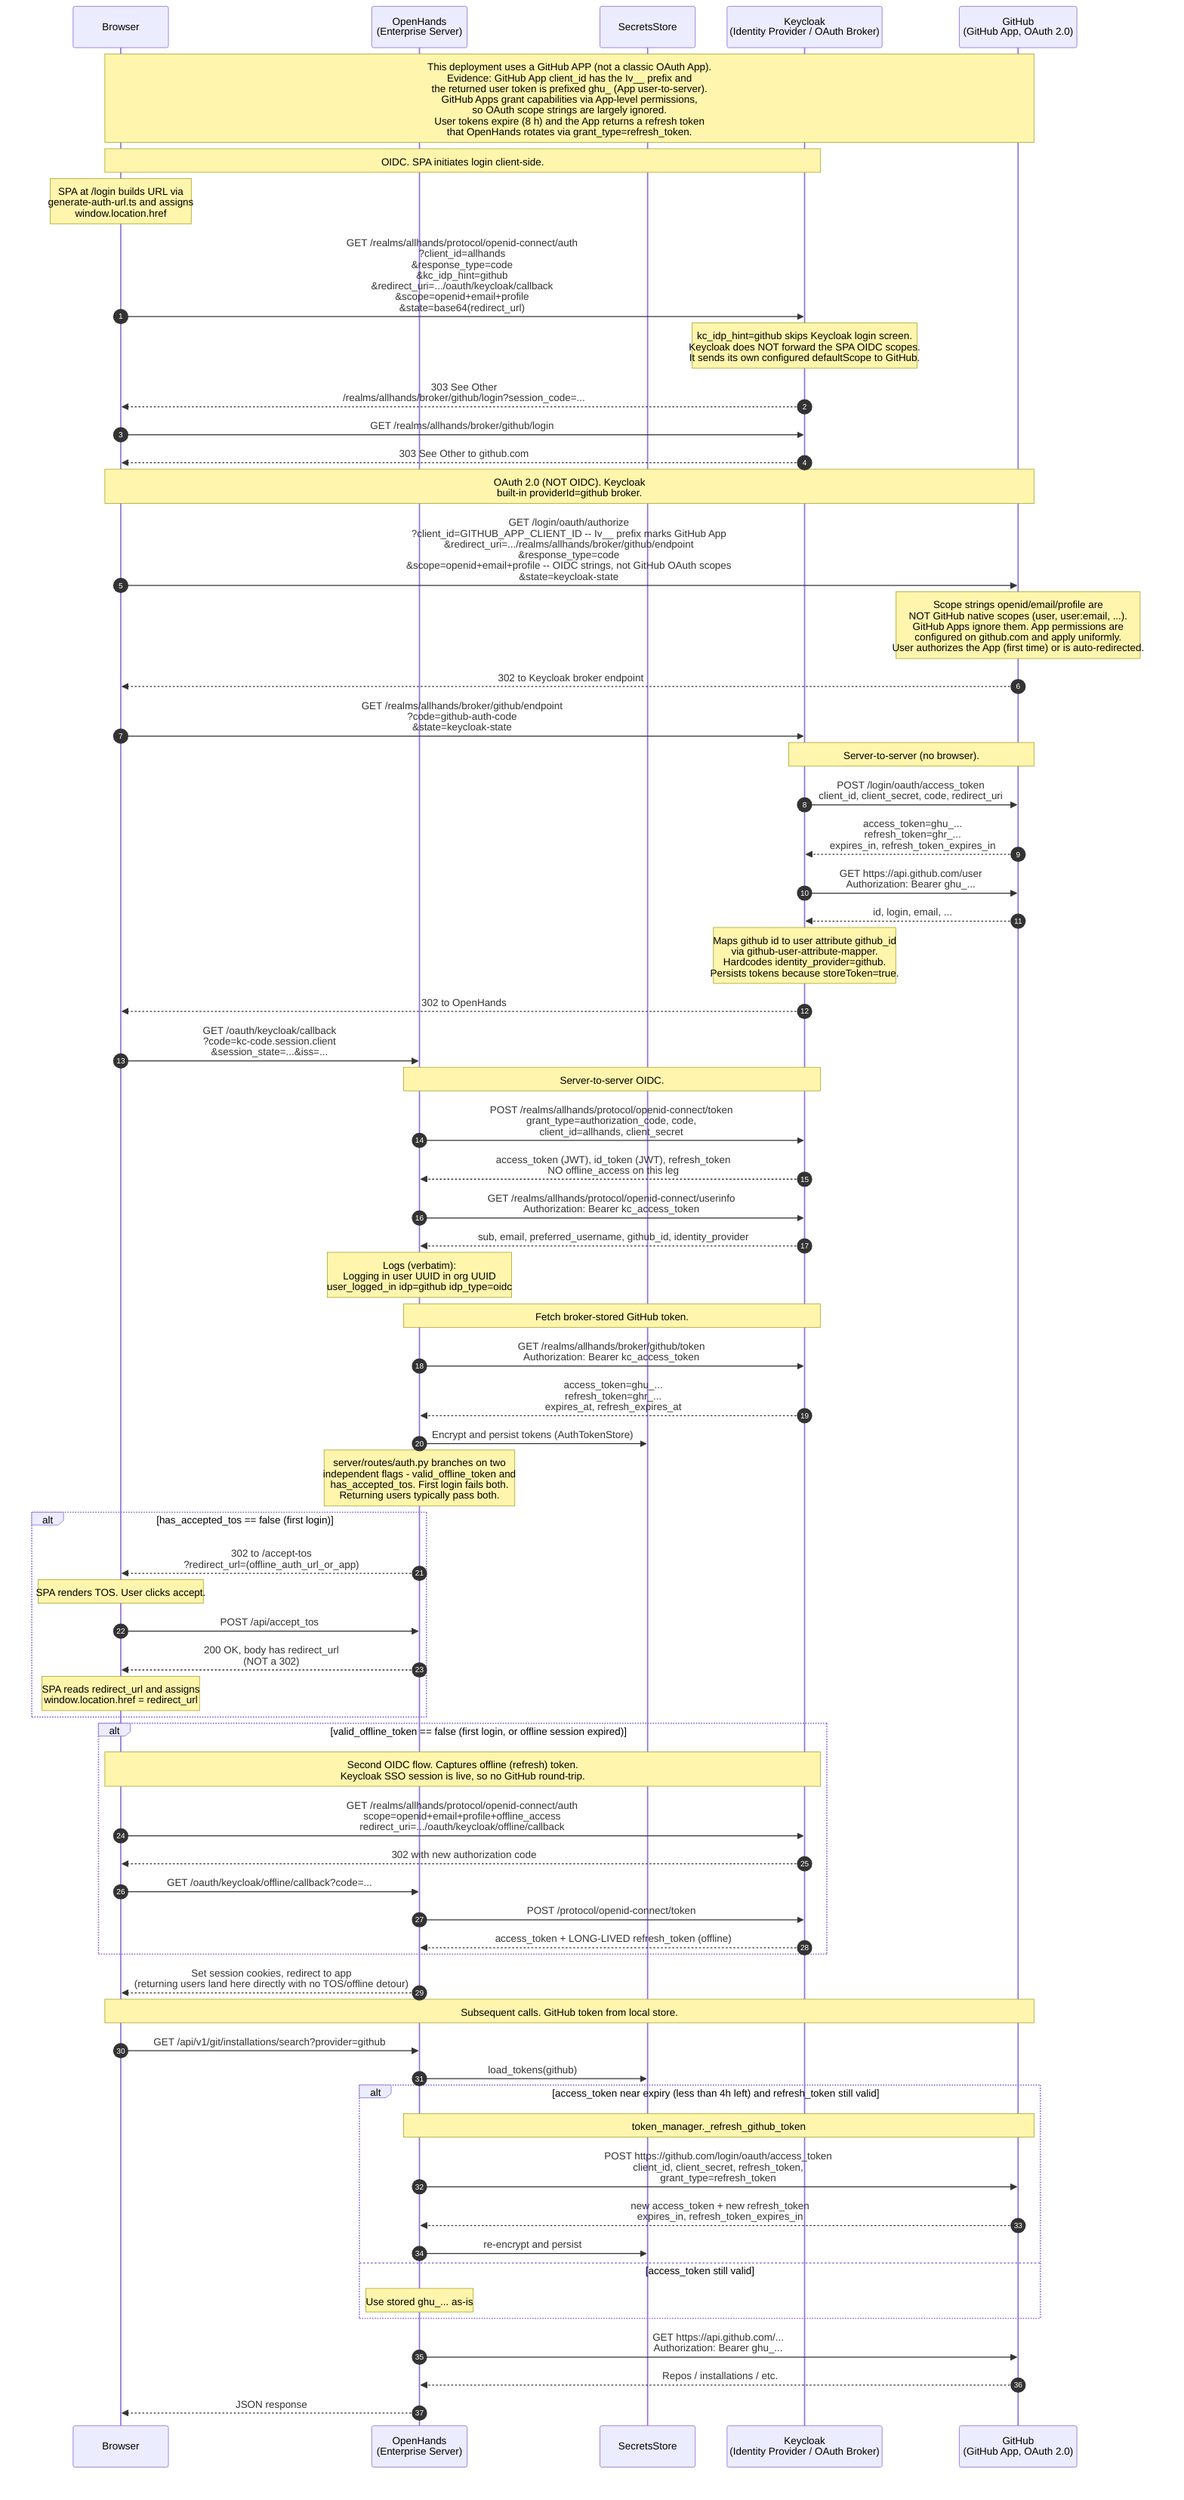
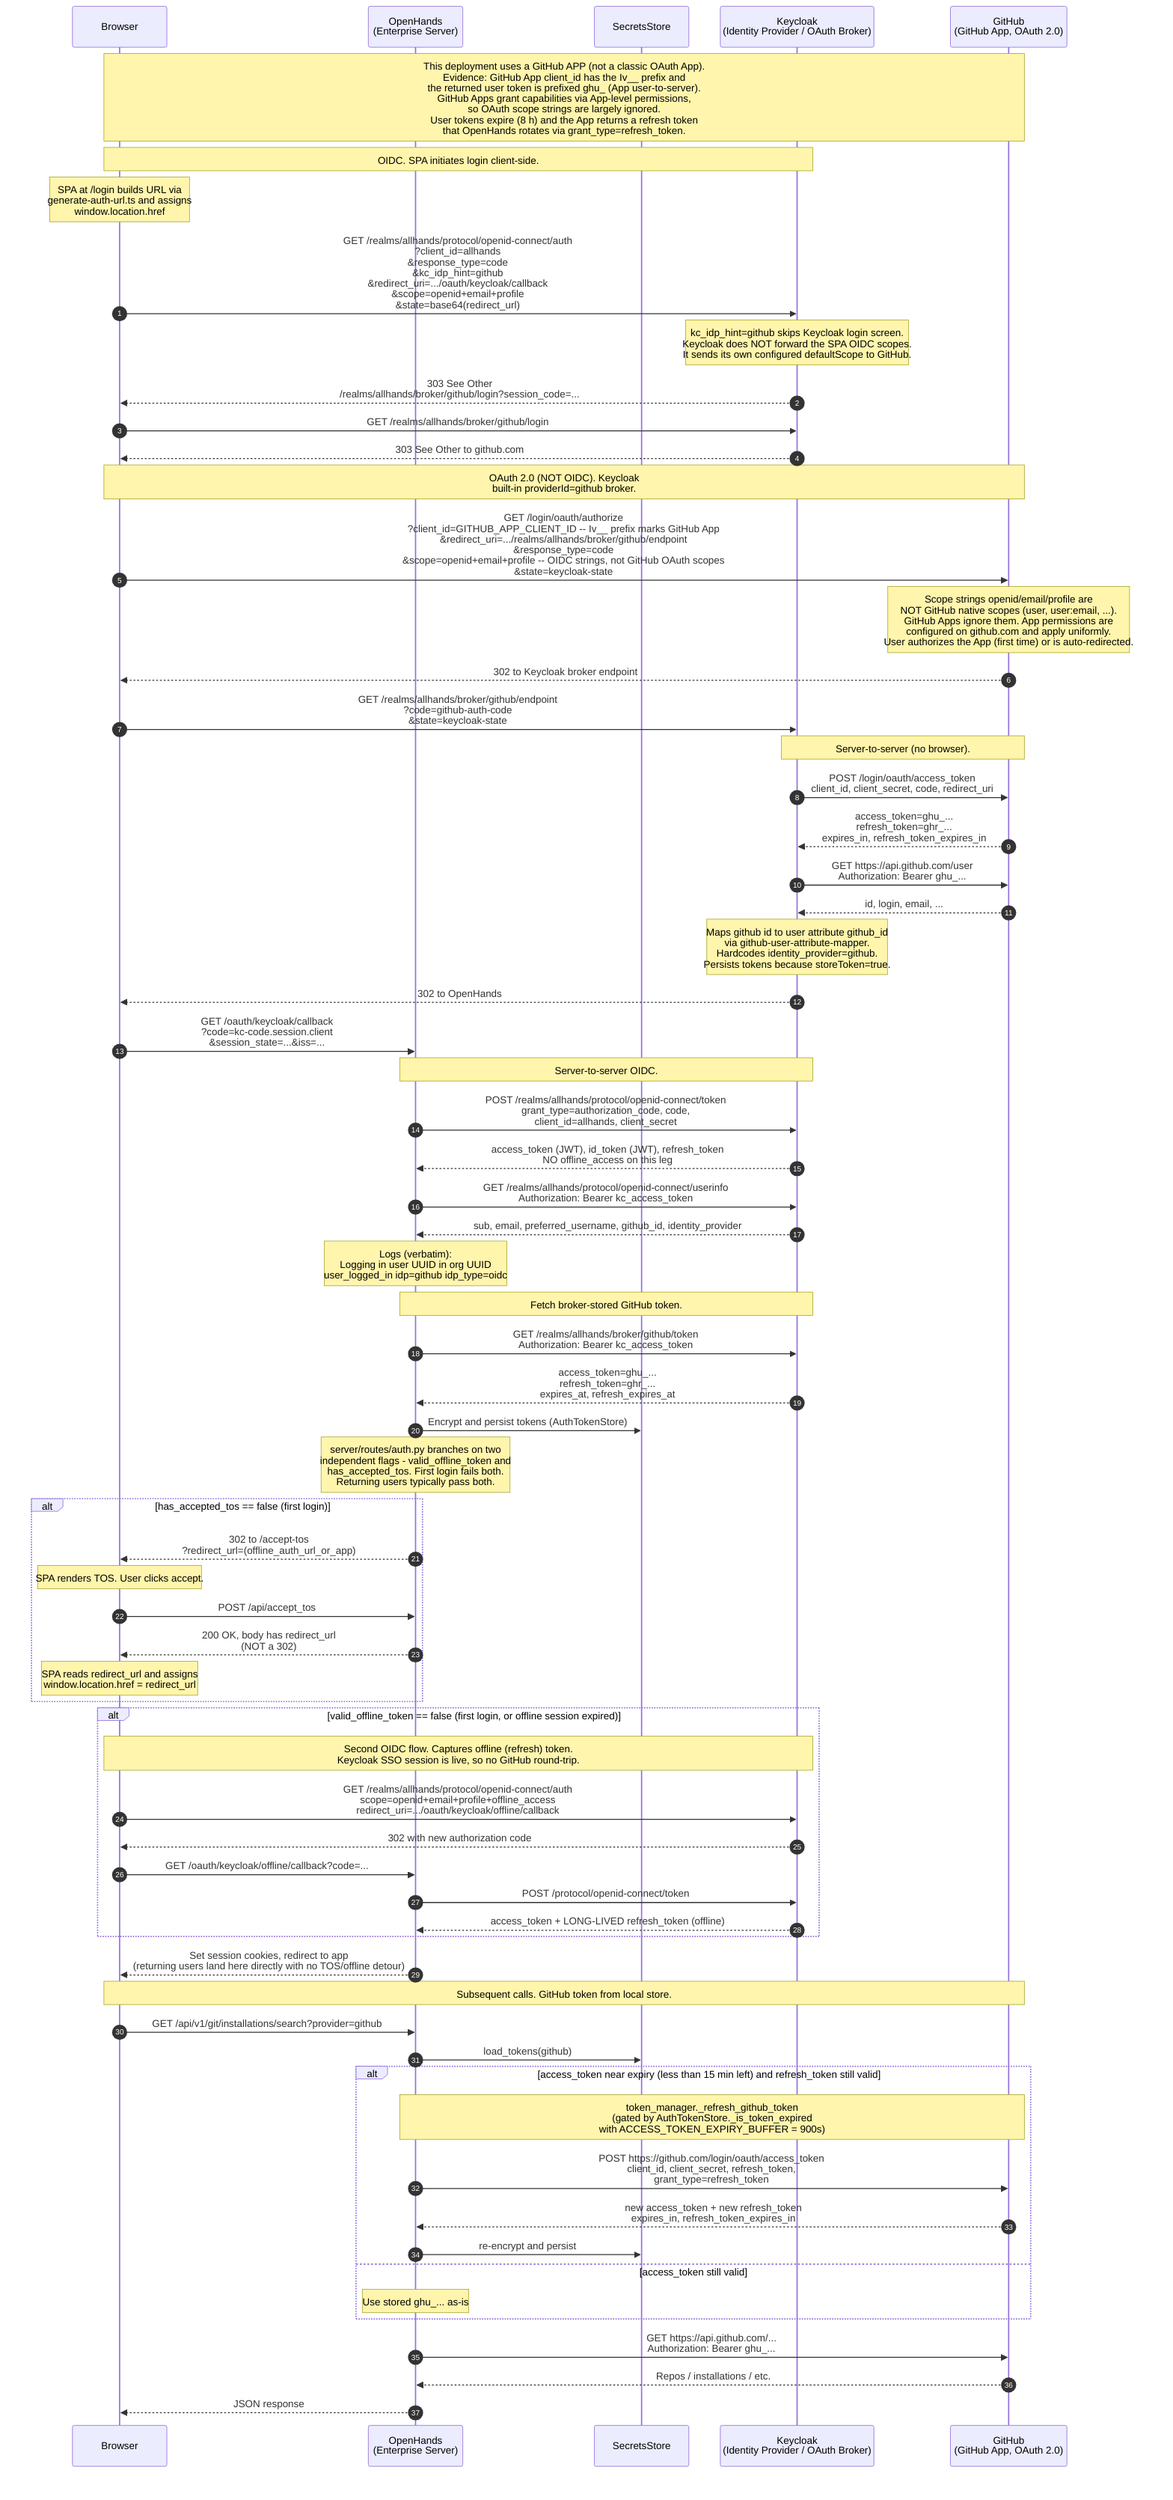
- %% Validated against OpenHands-Cloud @ cf8ab16ac
+ %% Validated against OpenHands-Cloud @ 136f63fdc

sequenceDiagram
    autonumber
    participant Browser
    participant OpenHands as OpenHands<br/>(Enterprise Server)
    participant DB as SecretsStore
    participant Keycloak as Keycloak<br/>(Identity Provider / OAuth Broker)
    participant GitHub as GitHub<br/>(GitHub App, OAuth 2.0)

    Note over Browser,GitHub: This deployment uses a GitHub APP (not a classic OAuth App).<br/>Evidence: GitHub App client_id has the Iv__ prefix and<br/>the returned user token is prefixed ghu_ (App user-to-server).<br/>GitHub Apps grant capabilities via App-level permissions,<br/>so OAuth scope strings are largely ignored.<br/>User tokens expire (8 h) and the App returns a refresh token<br/>that OpenHands rotates via grant_type=refresh_token.

    Note over Browser,Keycloak: OIDC. SPA initiates login client-side.
    Note over Browser: SPA at /login builds URL via<br/>generate-auth-url.ts and assigns<br/>window.location.href

    Browser->>Keycloak: GET /realms/allhands/protocol/openid-connect/auth<br/>?client_id=allhands<br/>&response_type=code<br/>&kc_idp_hint=github<br/>&redirect_uri=.../oauth/keycloak/callback<br/>&scope=openid+email+profile<br/>&state=base64(redirect_url)

    Note over Keycloak: kc_idp_hint=github skips Keycloak login screen.<br/>Keycloak does NOT forward the SPA OIDC scopes.<br/>It sends its own configured defaultScope to GitHub.

    Keycloak-->>Browser: 303 See Other<br/>/realms/allhands/broker/github/login?session_code=...

    Browser->>Keycloak: GET /realms/allhands/broker/github/login
    Keycloak-->>Browser: 303 See Other to github.com

    Note over Browser,GitHub: OAuth 2.0 (NOT OIDC). Keycloak<br/>built-in providerId=github broker.
    Browser->>GitHub: GET /login/oauth/authorize<br/>?client_id=GITHUB_APP_CLIENT_ID  -- Iv__ prefix marks GitHub App<br/>&redirect_uri=.../realms/allhands/broker/github/endpoint<br/>&response_type=code<br/>&scope=openid+email+profile  -- OIDC strings, not GitHub OAuth scopes<br/>&state=keycloak-state

    Note over GitHub: Scope strings openid/email/profile are<br/>NOT GitHub native scopes (user, user:email, ...).<br/>GitHub Apps ignore them. App permissions are<br/>configured on github.com and apply uniformly.<br/>User authorizes the App (first time) or is auto-redirected.

    GitHub-->>Browser: 302 to Keycloak broker endpoint
    Browser->>Keycloak: GET /realms/allhands/broker/github/endpoint<br/>?code=github-auth-code<br/>&state=keycloak-state

    Note over Keycloak,GitHub: Server-to-server (no browser).
    Keycloak->>GitHub: POST /login/oauth/access_token<br/>client_id, client_secret, code, redirect_uri
    GitHub-->>Keycloak: access_token=ghu_...<br/>refresh_token=ghr_...<br/>expires_in, refresh_token_expires_in

    Keycloak->>GitHub: GET https://api.github.com/user<br/>Authorization: Bearer ghu_...
    GitHub-->>Keycloak: id, login, email, ...

    Note over Keycloak: Maps github id to user attribute github_id<br/>via github-user-attribute-mapper.<br/>Hardcodes identity_provider=github.<br/>Persists tokens because storeToken=true.

    Keycloak-->>Browser: 302 to OpenHands
    Browser->>OpenHands: GET /oauth/keycloak/callback<br/>?code=kc-code.session.client<br/>&session_state=...&iss=...

    Note over OpenHands,Keycloak: Server-to-server OIDC.
    OpenHands->>Keycloak: POST /realms/allhands/protocol/openid-connect/token<br/>grant_type=authorization_code, code,<br/>client_id=allhands, client_secret
    Keycloak-->>OpenHands: access_token (JWT), id_token (JWT), refresh_token<br/>NO offline_access on this leg

    OpenHands->>Keycloak: GET /realms/allhands/protocol/openid-connect/userinfo<br/>Authorization: Bearer kc_access_token
    Keycloak-->>OpenHands: sub, email, preferred_username, github_id, identity_provider

    Note over OpenHands: Logs (verbatim):<br/>Logging in user UUID in org UUID<br/>user_logged_in idp=github idp_type=oidc

    Note over OpenHands,Keycloak: Fetch broker-stored GitHub token.
    OpenHands->>Keycloak: GET /realms/allhands/broker/github/token<br/>Authorization: Bearer kc_access_token
    Keycloak-->>OpenHands: access_token=ghu_...<br/>refresh_token=ghr_...<br/>expires_at, refresh_expires_at
    OpenHands->>DB: Encrypt and persist tokens (AuthTokenStore)

    Note over OpenHands: server/routes/auth.py branches on two<br/>independent flags - valid_offline_token and<br/>has_accepted_tos. First login fails both.<br/>Returning users typically pass both.

    alt has_accepted_tos == false (first login)
        OpenHands-->>Browser: 302 to /accept-tos<br/>?redirect_url=(offline_auth_url_or_app)
        Note over Browser: SPA renders TOS. User clicks accept.
        Browser->>OpenHands: POST /api/accept_tos
        OpenHands-->>Browser: 200 OK, body has redirect_url<br/>(NOT a 302)
        Note over Browser: SPA reads redirect_url and assigns<br/>window.location.href = redirect_url
    end

    alt valid_offline_token == false (first login, or offline session expired)
        Note over Browser,Keycloak: Second OIDC flow. Captures offline (refresh) token.<br/>Keycloak SSO session is live, so no GitHub round-trip.
        Browser->>Keycloak: GET /realms/allhands/protocol/openid-connect/auth<br/>scope=openid+email+profile+offline_access<br/>redirect_uri=.../oauth/keycloak/offline/callback
        Keycloak-->>Browser: 302 with new authorization code
        Browser->>OpenHands: GET /oauth/keycloak/offline/callback?code=...
        OpenHands->>Keycloak: POST /protocol/openid-connect/token
        Keycloak-->>OpenHands: access_token + LONG-LIVED refresh_token (offline)
    end

    OpenHands-->>Browser: Set session cookies, redirect to app<br/>(returning users land here directly with no TOS/offline detour)

    Note over Browser,GitHub: Subsequent calls. GitHub token from local store.
    Browser->>OpenHands: GET /api/v1/git/installations/search?provider=github
    OpenHands->>DB: load_tokens(github)

-     alt access_token near expiry (less than 4h left) and refresh_token still valid
-         Note over OpenHands,GitHub: token_manager._refresh_github_token
+     alt access_token near expiry (less than 15 min left) and refresh_token still valid
+         Note over OpenHands,GitHub: token_manager._refresh_github_token<br/>(gated by AuthTokenStore._is_token_expired<br/>with ACCESS_TOKEN_EXPIRY_BUFFER = 900s)
        OpenHands->>GitHub: POST https://github.com/login/oauth/access_token<br/>client_id, client_secret, refresh_token,<br/>grant_type=refresh_token
        GitHub-->>OpenHands: new access_token + new refresh_token<br/>expires_in, refresh_token_expires_in
        OpenHands->>DB: re-encrypt and persist
    else access_token still valid
        Note over OpenHands: Use stored ghu_... as-is
    end

    OpenHands->>GitHub: GET https://api.github.com/...<br/>Authorization: Bearer ghu_...
    GitHub-->>OpenHands: Repos / installations / etc.
    OpenHands-->>Browser: JSON response
